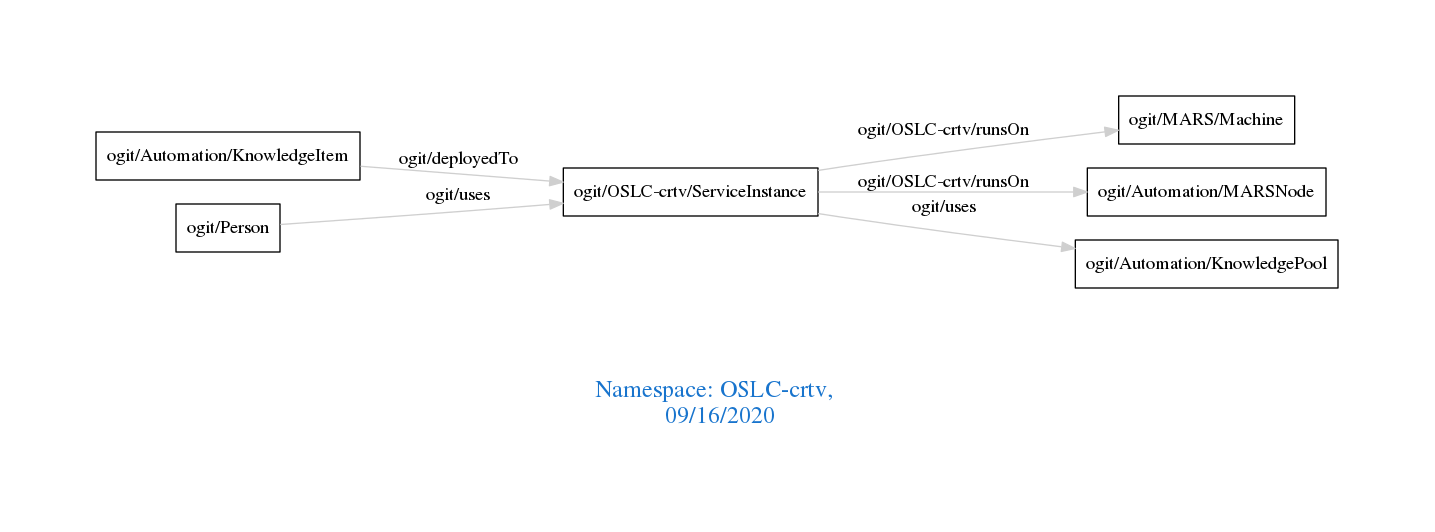
The Graphviz diagram downloads/OSLC-crtv.png in arago/OGIT, before a commit. Its source is kept beside it as downloads/OSLC-crtv.dot.
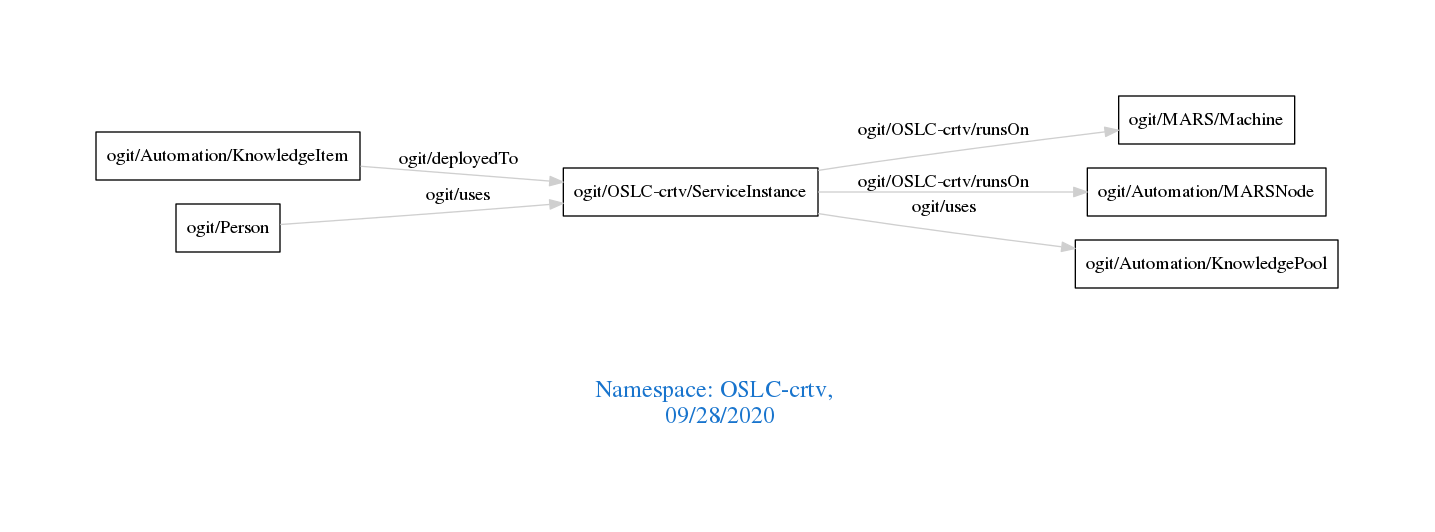
The same file after the commit.

Change to the diagram source:
```diff
@@ -1,7 +1,7 @@
 digraph OGIT_ontology {
  graph [ rankdir= LR,pad=1
 fontsize = 18,
-fontcolor= dodgerblue3,label = "\n\n\nNamespace: OSLC-crtv, \n 09/16/2020"];
+fontcolor= dodgerblue3,label = "\n\n\nNamespace: OSLC-crtv, \n 09/28/2020"];
 node[shape=polygon];
 edge [  color="gray81"];
 
```
